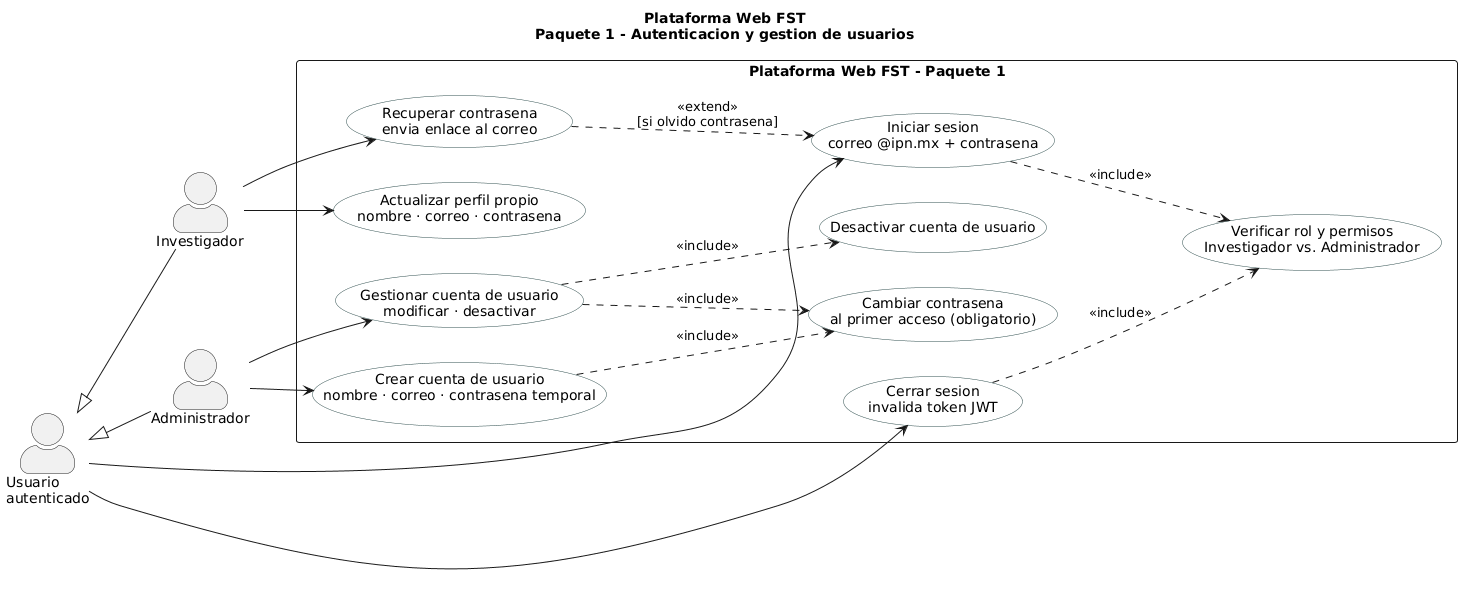
Above: figures/mermaid/cu_paquete1.png in ErickJester/fst-ai-system-latex (PlantUML), before the change. The source it was exported from:
```plantuml
@startuml "Figura-5.4a-Paquete1"
title Plataforma Web FST\nPaquete 1 - Autenticacion y gestion de usuarios
left to right direction
skinparam packageStyle rectangle
skinparam actorStyle awesome
skinparam usecase {
  BackgroundColor White
  BorderColor DarkSlateGray
}
actor "Usuario\nautenticado" as UA
actor "Investigador" as INV
actor "Administrador" as ADMIN
UA <|-- INV
UA <|-- ADMIN
rectangle "Plataforma Web FST - Paquete 1" {
  usecase "Iniciar sesion\ncorreo @ipn.mx + contrasena" as UC11
  usecase "Cerrar sesion\ninvalida token JWT" as UC12
  usecase "Recuperar contrasena\nenvia enlace al correo" as UC13
  usecase "Verificar rol y permisos\nInvestigador vs. Administrador" as UC14
  usecase "Gestionar cuenta de usuario\nmodificar · desactivar" as UC15
  usecase "Cambiar contrasena\nal primer acceso (obligatorio)" as UC15a
  usecase "Desactivar cuenta de usuario" as UC15b
  usecase "Actualizar perfil propio\nnombre · correo · contrasena" as UC16
  usecase "Crear cuenta de usuario\nnombre · correo · contrasena temporal" as UC17
}
UA    --> UC11
UA    --> UC12
INV   --> UC13
INV   --> UC16
ADMIN --> UC15
ADMIN --> UC17
UC11 ..> UC14  : <<include>>
UC12 ..> UC14  : <<include>>
UC15 ..> UC15a : <<include>>
UC15 ..> UC15b : <<include>>
UC17 ..> UC15a : <<include>>
UC13 ..> UC11 : <<extend>>\n[si olvido contrasena]
@enduml
```
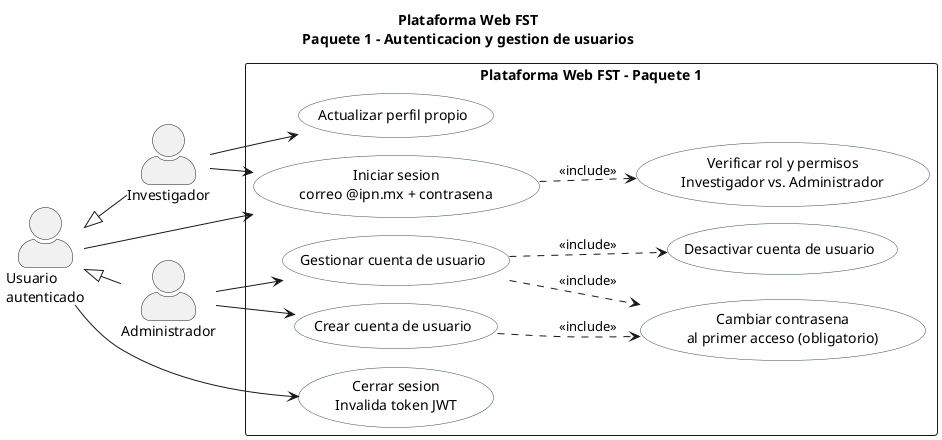
The same file after the commit.

Diff of the diagram source:
```diff
@@ -1,4 +1,5 @@
-@startuml "Figura-5.4a-Paquete1"
+@startuml
+!pragma layout smetana
 title Plataforma Web FST\nPaquete 1 - Autenticacion y gestion de usuarios
 left to right direction
 skinparam packageStyle rectangle
@@ -14,25 +15,22 @@
 UA <|-- ADMIN
 rectangle "Plataforma Web FST - Paquete 1" {
   usecase "Iniciar sesion\ncorreo @ipn.mx + contrasena" as UC11
-  usecase "Cerrar sesion\ninvalida token JWT" as UC12
-  usecase "Recuperar contrasena\nenvia enlace al correo" as UC13
+  usecase "Cerrar sesion\nInvalida token JWT" as UC12
   usecase "Verificar rol y permisos\nInvestigador vs. Administrador" as UC14
-  usecase "Gestionar cuenta de usuario\nmodificar · desactivar" as UC15
+  usecase "Gestionar cuenta de usuario" as UC15
   usecase "Cambiar contrasena\nal primer acceso (obligatorio)" as UC15a
   usecase "Desactivar cuenta de usuario" as UC15b
-  usecase "Actualizar perfil propio\nnombre · correo · contrasena" as UC16
-  usecase "Crear cuenta de usuario\nnombre · correo · contrasena temporal" as UC17
+  usecase "Actualizar perfil propio" as UC16
+  usecase "Crear cuenta de usuario" as UC17
 }
-UA    --> UC11
-UA    --> UC12
-INV   --> UC13
-INV   --> UC16
+UA --> UC11
+UA --> UC12
+INV --> UC11
+INV --> UC16
 ADMIN --> UC15
 ADMIN --> UC17
-UC11 ..> UC14  : <<include>>
-UC12 ..> UC14  : <<include>>
+UC11 ..> UC14 : <<include>>
 UC15 ..> UC15a : <<include>>
 UC15 ..> UC15b : <<include>>
 UC17 ..> UC15a : <<include>>
-UC13 ..> UC11 : <<extend>>\n[si olvido contrasena]
 @enduml
```
